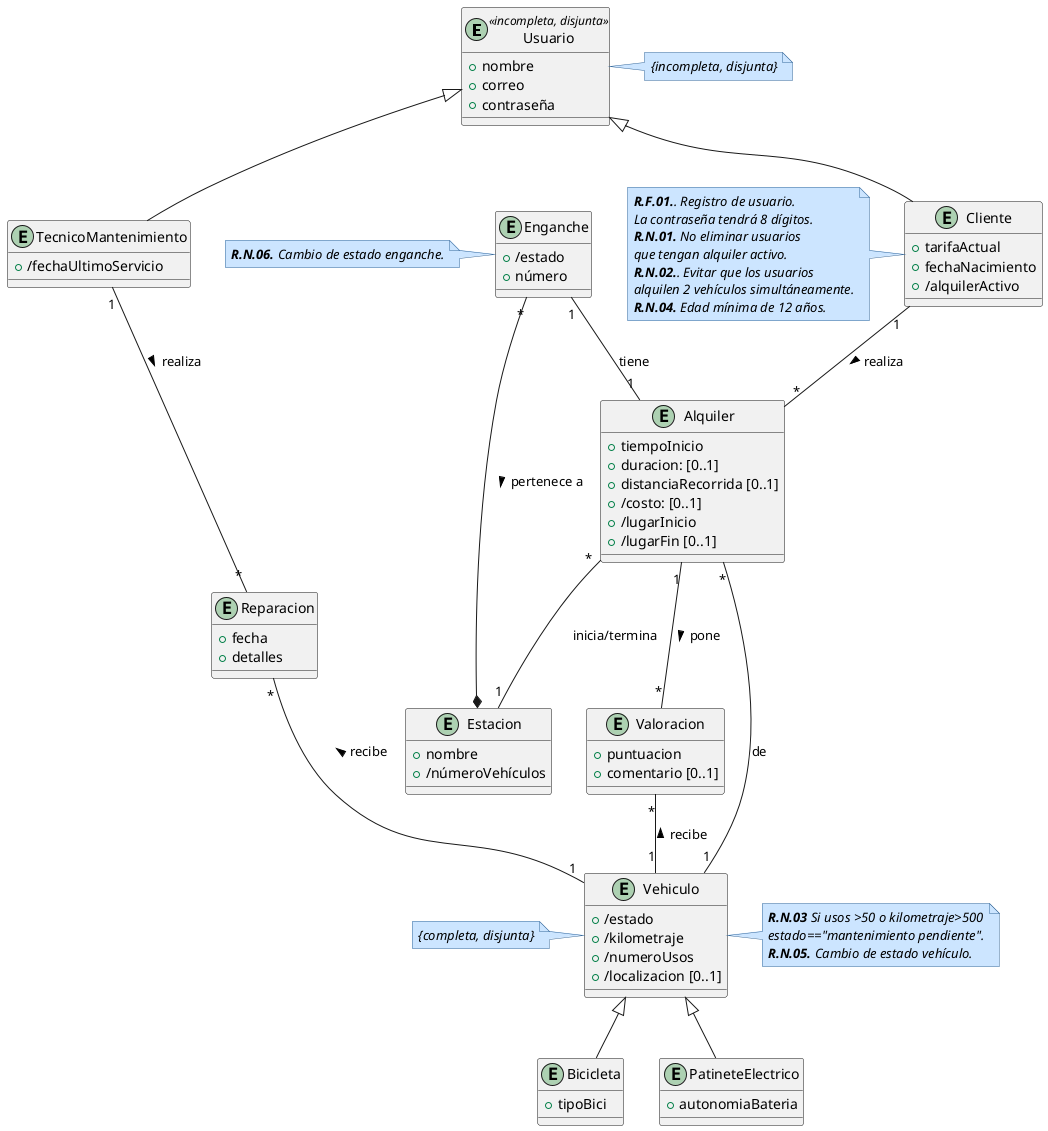
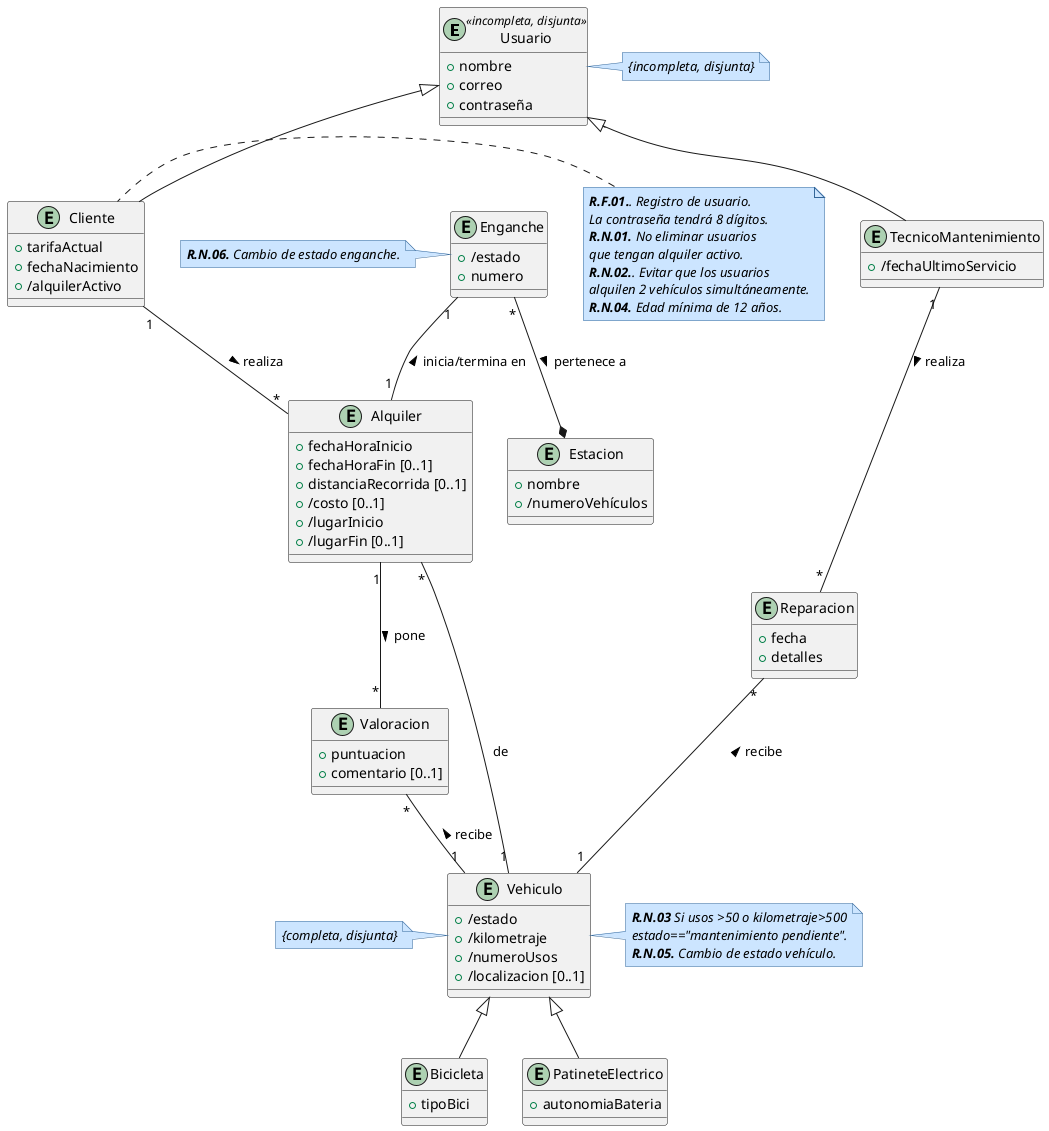
@startuml DiagramaClases

skinparam note {
  BackgroundColor #cce5ff
  BorderColor #336699
  FontStyle italic
}

entity Usuario<<incompleta, disjunta>> {
    +nombre
    +correo
    +contraseña
}
note right: {incompleta, disjunta}


entity Cliente {
    +tarifaActual
    +fechaNacimiento
    +/alquilerActivo
}
note left
'''
 **R.F.01.**. Registro de usuario.
 La contraseña tendrá 8 dígitos.
 **R.N.01.** No eliminar usuarios
 que tengan alquiler activo.
 **R.N.02.**. Evitar que los usuarios
 alquilen 2 vehículos simultáneamente.
 **R.N.04.** Edad mínima de 12 años.
'''
end note


entity TecnicoMantenimiento {
    +/fechaUltimoServicio
}

entity Reparacion {
    +fecha
    +detalles
}

entity Valoracion {
    +puntuacion
    +comentario [0..1]
}

/'
La distancia recorrida la cuenta el vehículo con un
medidor incorporado y solo se registra cuando termina el recorrido.
Por eso mismo no es derivada de lugar inicio o fin, porque si no si acabas
en el mismo sitio la distancia recorrida sería 0.
'/
entity Alquiler {
-     +tiempoInicio
-     +duracion: [0..1]
+     +fechaHoraInicio
+     +fechaHoraFin [0..1]
    +distanciaRecorrida [0..1]
-     +/costo: [0..1]
+     +/costo [0..1]
    +/lugarInicio
    +/lugarFin [0..1]
}

/'
La localización del vehículo se muestra cuando se guarda el vehículo.
No se guarda localización por GPS.
'/
entity Vehiculo {
    +/estado
    +/kilometraje
    +/numeroUsos
    +/localizacion [0..1]
}
note right
'''
 **R.N.03** Si usos >50 o kilometraje>500
 estado=="mantenimiento pendiente".
 **R.N.05.** Cambio de estado vehículo.
'''
end note
note left of Vehiculo: {completa, disjunta}

entity Estacion {
    +nombre
-     +/númeroVehículos
+     +/numeroVehículos
}

entity Enganche {
    +/estado
-     +número
+     +numero
}
note left
'''
 **R.N.06.** Cambio de estado enganche.
'''
end note

entity Bicicleta {
    +tipoBici
}

entity PatineteElectrico {
    +autonomiaBateria
}

Usuario <|-- Cliente
Usuario <|-- TecnicoMantenimiento

Enganche "*"--* Estacion : pertenece a >

'Relación directa valoraciones'
Alquiler "1"--"*" Valoracion : pone >
Valoracion "*"--"1" Vehiculo : recibe <

TecnicoMantenimiento "1"--"*" Reparacion : realiza >
Reparacion "*"--"1" Vehiculo : recibe <

- Enganche "1" --"1" Alquiler: tiene
+ Enganche "1" --"1" Alquiler: inicia/termina en <


'Relacion de Alquileres'
Cliente "1"--"*"  Alquiler: realiza >

Alquiler "*"--"1" Vehiculo: de
- Alquiler "*"--"1" Estacion: inicia/termina

Vehiculo <|-- Bicicleta
Vehiculo <|-- PatineteElectrico


@enduml